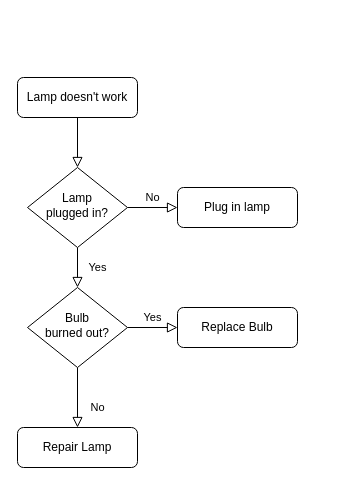
This is Untitled Diagram.drawio from victorzch-dev/Victor-s, a draw.io file, before an edit. Source tidied: cells renumbered, new cells numbered last; positions are measured from the earlier drawing's top-left corner, leaving out a move shared by most shapes. Both pictures are drawn from the tidied source at 100%, with x=0, y=0 at pixel (17, 77).
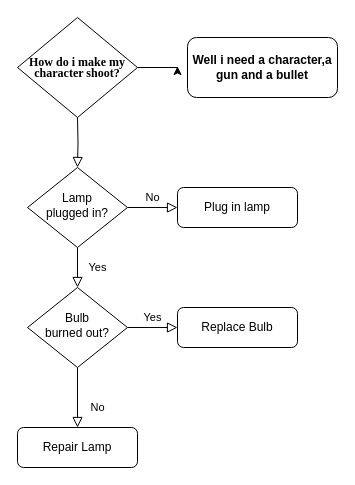
The same page after the edit.

The edit, as a diff of the source:
```diff
@@
 <mxGraphModel>
   <root>
     <mxCell id="0" />
     <mxCell id="1" parent="0" />
-    <mxCell id="2" style="rounded=0;html=1;jettySize=auto;fontSize=11;endArrow=block;endFill=0;endSize=8;strokeWidth=1;shadow=0;labelBackgroundColor=none;edgeStyle=orthogonalEdgeStyle;" parent="1" edge="1" source="3" target="6">
-      <mxGeometry relative="1" as="geometry" />
+    <mxCell id="2" style="rounded=0;html=1;jettySize=auto;fontSize=11;endArrow=block;endFill=0;endSize=8;strokeWidth=1;shadow=0;labelBackgroundColor=none;edgeStyle=orthogonalEdgeStyle;" parent="1" edge="1" target="6">
+      <mxGeometry relative="1" as="geometry">
+        <mxPoint x="60" y="40" as="sourcePoint" />
+      </mxGeometry>
     </mxCell>
-    <mxCell id="3" value="Lamp doesn't work" style="rounded=1;whiteSpace=wrap;html=1;fontSize=12;glass=0;strokeWidth=1;shadow=0;" parent="1" vertex="1">
-      <mxGeometry width="120" height="40" as="geometry" />
-    </mxCell>
     <mxCell id="4" value="Yes" style="rounded=0;html=1;jettySize=auto;fontSize=11;endArrow=block;endFill=0;endSize=8;strokeWidth=1;shadow=0;labelBackgroundColor=none;edgeStyle=orthogonalEdgeStyle;" parent="1" edge="1" source="6" target="10">
       <mxGeometry y="20" relative="1" as="geometry" />
     </mxCell>
     <mxCell id="5" value="No" style="edgeStyle=orthogonalEdgeStyle;rounded=0;html=1;jettySize=auto;fontSize=11;endArrow=block;endFill=0;endSize=8;strokeWidth=1;shadow=0;labelBackgroundColor=none;" parent="1" edge="1" source="6" target="7">
       <mxGeometry y="10" relative="1" as="geometry" />
     </mxCell>
     <mxCell id="6" value="Lamp&lt;br&gt;plugged in?" style="rhombus;whiteSpace=wrap;html=1;shadow=0;fontFamily=Helvetica;fontSize=12;align=center;strokeWidth=1;spacing=6;spacingTop=-4;" parent="1" vertex="1">
       <mxGeometry x="10" y="90" width="100" height="80" as="geometry" />
     </mxCell>
     <mxCell id="7" value="Plug in lamp" style="rounded=1;whiteSpace=wrap;html=1;fontSize=12;glass=0;strokeWidth=1;shadow=0;" parent="1" vertex="1">
       <mxGeometry x="160" y="110" width="120" height="40" as="geometry" />
     </mxCell>
     <mxCell id="8" value="No" style="rounded=0;html=1;jettySize=auto;fontSize=11;endArrow=block;endFill=0;endSize=8;strokeWidth=1;shadow=0;labelBackgroundColor=none;edgeStyle=orthogonalEdgeStyle;" parent="1" edge="1" source="10" target="11">
       <mxGeometry x="0.33" y="20" relative="1" as="geometry" />
     </mxCell>
     <mxCell id="9" value="Yes" style="edgeStyle=orthogonalEdgeStyle;rounded=0;html=1;jettySize=auto;fontSize=11;endArrow=block;endFill=0;endSize=8;strokeWidth=1;shadow=0;labelBackgroundColor=none;" parent="1" edge="1" source="10" target="12">
       <mxGeometry y="10" relative="1" as="geometry" />
     </mxCell>
     <mxCell id="10" value="Bulb&lt;br&gt;burned out?" style="rhombus;whiteSpace=wrap;html=1;shadow=0;fontFamily=Helvetica;fontSize=12;align=center;strokeWidth=1;spacing=6;spacingTop=-4;" parent="1" vertex="1">
       <mxGeometry x="10" y="210" width="100" height="80" as="geometry" />
     </mxCell>
     <mxCell id="11" value="Repair Lamp" style="rounded=1;whiteSpace=wrap;html=1;fontSize=12;glass=0;strokeWidth=1;shadow=0;" parent="1" vertex="1">
       <mxGeometry y="350" width="120" height="40" as="geometry" />
     </mxCell>
     <mxCell id="12" value="Replace Bulb" style="rounded=1;whiteSpace=wrap;html=1;fontSize=12;glass=0;strokeWidth=1;shadow=0;" parent="1" vertex="1">
       <mxGeometry x="160" y="230" width="120" height="40" as="geometry" />
     </mxCell>
+    <mxCell id="13" style="endArrow=classic;html=1;rounded=0;exitX=1;exitY=0.5;exitDx=0;exitDy=0;" parent="1" edge="1" source="14">
+      <mxGeometry relative="1" as="geometry">
+        <mxPoint x="160" y="-11" as="targetPoint" />
+        <Array as="points">
+          <mxPoint x="160" y="-10" />
+        </Array>
+      </mxGeometry>
+    </mxCell>
+    <mxCell id="14" value="&lt;p style=&quot;line-height: 90%;&quot;&gt;&lt;span style=&quot;font-family: &amp;quot;Times New Roman&amp;quot;; font-weight: 700;&quot;&gt;&lt;font style=&quot;font-size: 12px;&quot;&gt;How do i make my character shoot?&lt;/font&gt;&lt;/span&gt;&lt;/p&gt;" style="rhombus;whiteSpace=wrap;html=1;" parent="1" vertex="1">
+      <mxGeometry y="-60" width="120" height="100" as="geometry" />
+    </mxCell>
+    <mxCell id="15" value="&lt;b&gt;Well i need a character,a gun and a bullet&lt;/b&gt;" style="rounded=1;whiteSpace=wrap;html=1;" parent="1" vertex="1">
+      <mxGeometry x="170" y="-40" width="150" height="60" as="geometry" />
+    </mxCell>
   </root>
 </mxGraphModel>
```
